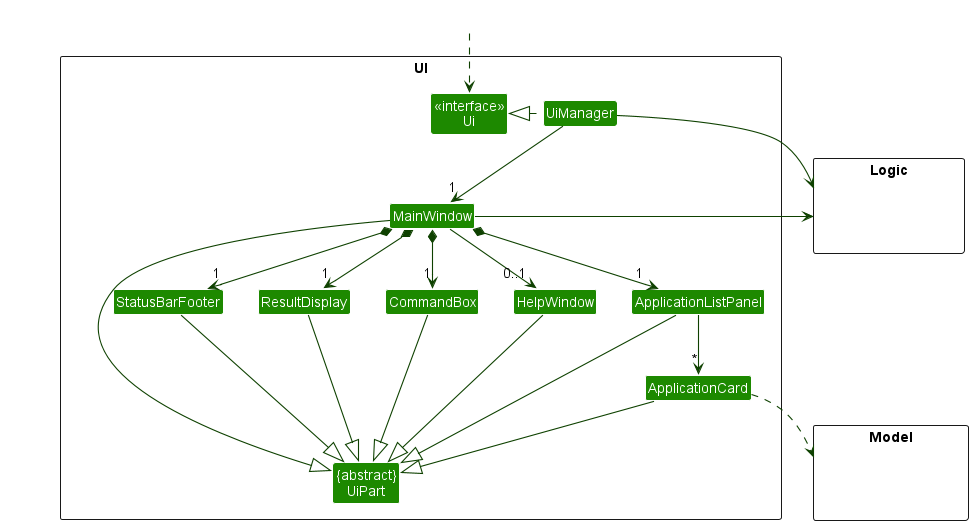
Before: docs/images/UiClassDiagram.png, a diagram exported from PlantUML (nus-cs2103-AY2223S2/tp). Source of this version:
```plantuml
@startuml
!include style.puml
skinparam arrowThickness 1.1
skinparam arrowColor UI_COLOR_T4
skinparam classBackgroundColor UI_COLOR

package UI <<Rectangle>>{
Class "<<interface>>\nUi" as Ui
Class "{abstract}\nUiPart" as UiPart
Class UiManager
Class MainWindow
Class HelpWindow
Class ResultDisplay
Class ApplicationListPanel
Class ApplicationCard
Class StatusBarFooter
Class CommandBox
}

package Model <<Rectangle>> {
Class HiddenModel #FFFFFF
}

package Logic <<Rectangle>> {
Class HiddenLogic #FFFFFF
}

Class HiddenOutside #FFFFFF
HiddenOutside ..> Ui

UiManager .left.|> Ui
UiManager -down-> "1" MainWindow
MainWindow *-down->  "1" CommandBox
MainWindow *-down-> "1" ResultDisplay
MainWindow *-down-> "1" ApplicationListPanel
MainWindow *-down-> "1" StatusBarFooter
MainWindow --> "0..1" HelpWindow

ApplicationListPanel -down-> "*" ApplicationCard

MainWindow -left-|> UiPart

ResultDisplay --|> UiPart
CommandBox --|> UiPart
ApplicationListPanel --|> UiPart
ApplicationCard --|> UiPart
StatusBarFooter --|> UiPart
HelpWindow --|> UiPart

ApplicationCard ..> Model
UiManager -right-> Logic
MainWindow -left-> Logic

ApplicationListPanel -[hidden]left- HelpWindow
HelpWindow -[hidden]left- CommandBox
CommandBox -[hidden]left- ResultDisplay
ResultDisplay -[hidden]left- StatusBarFooter

MainWindow -[hidden]-|> UiPart
@enduml
```
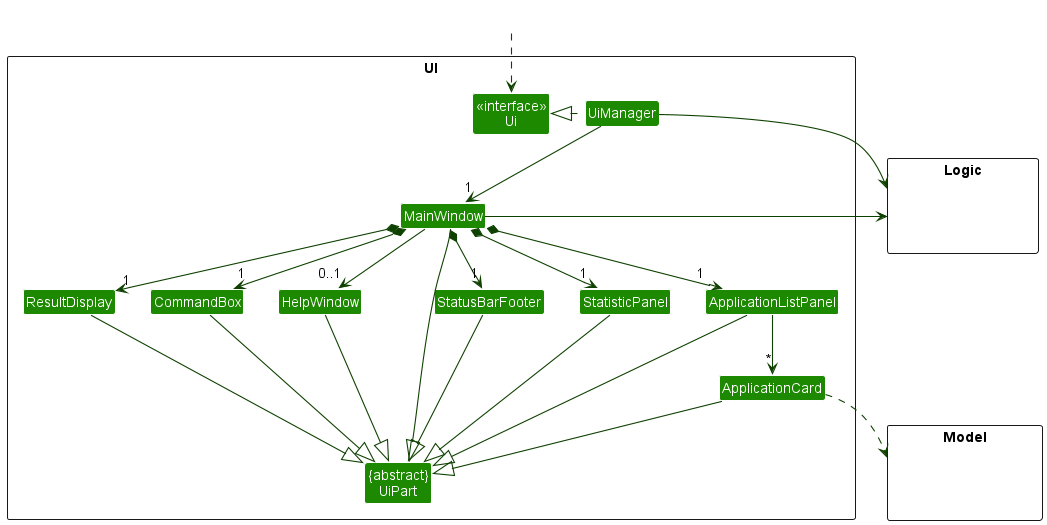
Later version of the same file.

Diff of the diagram source:
```diff
@@ -15,6 +15,7 @@
 Class ApplicationCard
 Class StatusBarFooter
 Class CommandBox
+Class StatisticPanel
 }
 
 package Model <<Rectangle>> {
@@ -34,6 +35,7 @@
 MainWindow *-down-> "1" ResultDisplay
 MainWindow *-down-> "1" ApplicationListPanel
 MainWindow *-down-> "1" StatusBarFooter
+MainWindow *-down-> "1" StatisticPanel
 MainWindow --> "0..1" HelpWindow
 
 ApplicationListPanel -down-> "*" ApplicationCard
@@ -46,11 +48,13 @@
 ApplicationCard --|> UiPart
 StatusBarFooter --|> UiPart
 HelpWindow --|> UiPart
+StatisticPanel --|> UiPart
 
 ApplicationCard ..> Model
 UiManager -right-> Logic
 MainWindow -left-> Logic
 
+StatisticPanel -[hidden]left- ApplicationListPanel
 ApplicationListPanel -[hidden]left- HelpWindow
 HelpWindow -[hidden]left- CommandBox
 CommandBox -[hidden]left- ResultDisplay
```
